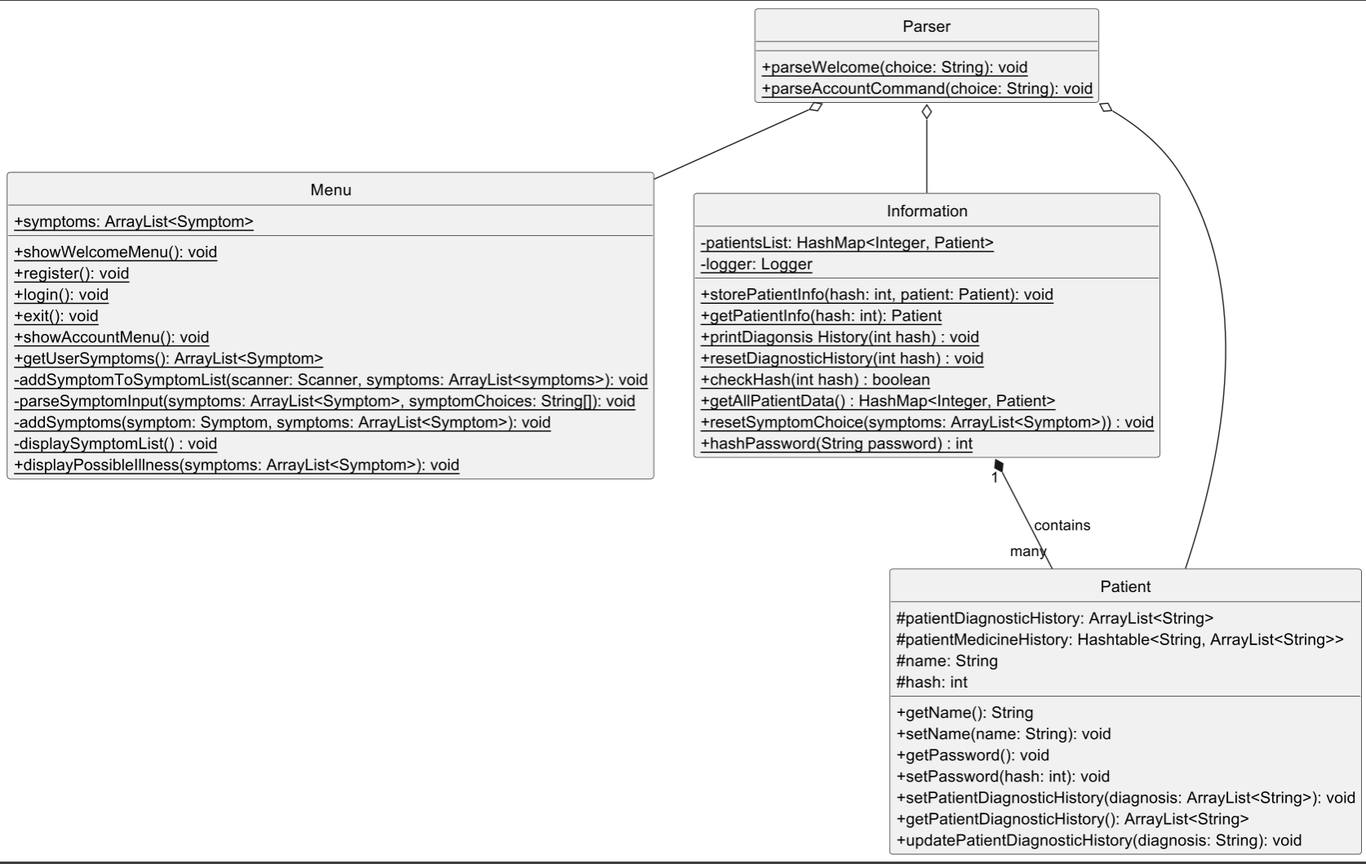
Above: docs/diagrams/MenuClassDiagram.png in nus-cs2113-AY2223S2/tp (PlantUML), before the change. Its source is kept beside it as docs/diagrams/MenuClassDiagram.puml. The source it was exported from:
```plantuml
@startuml

hide circle
skinparam classAttributeIconSize 0

!include Style.puml
class Menu {
    + {static} symptoms: ArrayList<Symptom>
    + {static} showWelcomeMenu(): void
    + {static} register(): void
    + {static} login(): void
    + {static} exit(): void
    + {static} showAccountMenu(): void
    + {static} getUserSymptoms(): ArrayList<Symptom>
    - {static} addSymptomToSymptomList(scanner: Scanner, symptoms: ArrayList<symptoms>): void
    - {static} parseSymptomInput(symptoms: ArrayList<Symptom>, symptomChoices: String[]): void
    - {static} addSymptoms(symptom: Symptom, symptoms: ArrayList<Symptom>): void
    - {static} displaySymptomList() : void
    + {static} displayPossibleIllness(symptoms: ArrayList<Symptom>): void
}

class Information {
    - {static} patientsList: HashMap<Integer, Patient>
    - {static} logger: Logger
    + {static} storePatientInfo(hash: int, patient: Patient): void
    + {static} getPatientInfo(hash: int): Patient
    + {static} printDiagonsis History(int hash) : void
    + {static} resetDiagnosticHistory(int hash) : void
    + {static} checkHash(int hash) : boolean
    + {static} getAllPatientData() : HashMap<Integer, Patient>
    + {static} resetSymptomChoice(symptoms: ArrayList<Symptom>)) : void
    + {static} hashPassword(String password) : int
}

class Parser {
    + {static} parseWelcome(choice: String): void
    + {static} parseAccountCommand(choice: String): void
}

class Patient {
    # patientDiagnosticHistory: ArrayList<String>
    # patientMedicineHistory: Hashtable<String, ArrayList<String>>
    # name: String
    # hash: int
    + getName(): String
    + setName(name: String): void
    + getPassword(): void
    + setPassword(hash: int): void
    + setPatientDiagnosticHistory(diagnosis: ArrayList<String>): void
    + getPatientDiagnosticHistory(): ArrayList<String>
    + updatePatientDiagnosticHistory(diagnosis: String): void
}

Information "1" *-- "many" Patient : contains
Parser o-- Patient
Parser o-- Information
Parser o-- Menu

@enduml
```
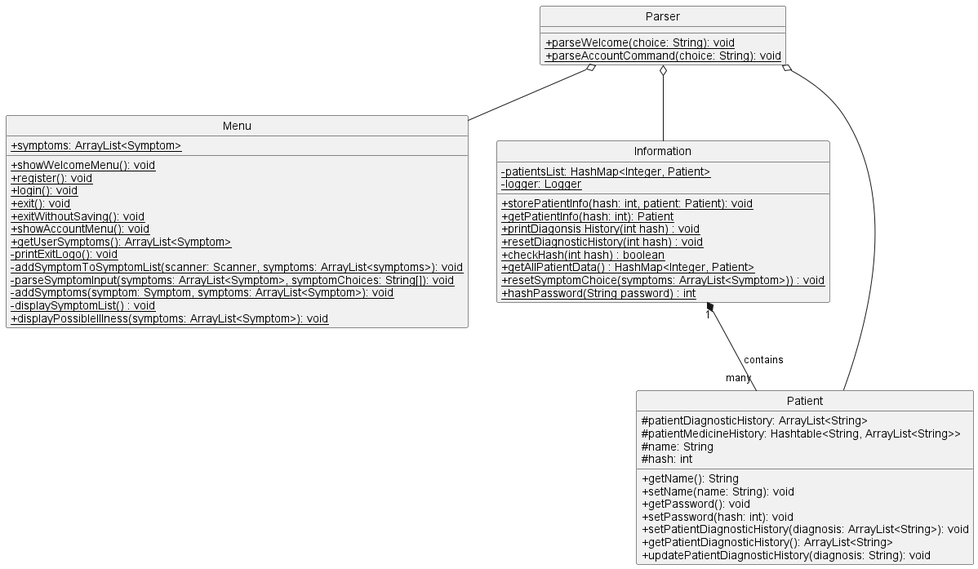
The same file after the commit.

The edit, as a diff of the source:
```diff
@@ -10,8 +10,10 @@
     + {static} register(): void
     + {static} login(): void
     + {static} exit(): void
+    + {static} exitWithoutSaving(): void
     + {static} showAccountMenu(): void
     + {static} getUserSymptoms(): ArrayList<Symptom>
+    - {static} printExitLogo(): void
     - {static} addSymptomToSymptomList(scanner: Scanner, symptoms: ArrayList<symptoms>): void
     - {static} parseSymptomInput(symptoms: ArrayList<Symptom>, symptomChoices: String[]): void
     - {static} addSymptoms(symptom: Symptom, symptoms: ArrayList<Symptom>): void
```
